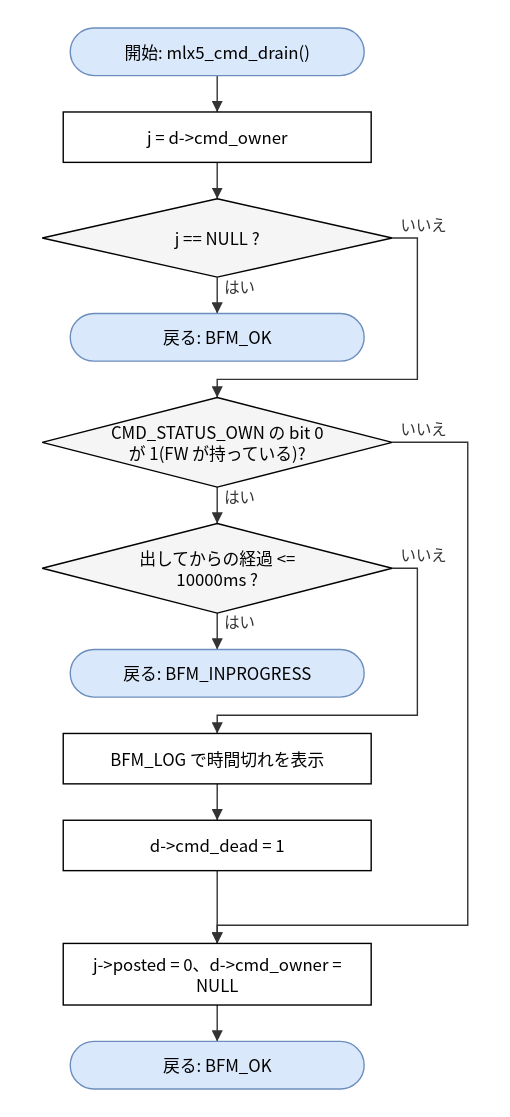
Earlier version of the draw.io export doc/spec/images/flow_src_mlx5_cmd-mlx5_cmd_drain.drawio.svg (hf355051012-ai/bfmem). Source tidied: cells renumbered, new cells last; positions are measured from the earlier drawing's top-left corner, leaving out a move shared by most shapes. Its diagram source:
```xml
<mxGraphModel>
  <root>
    <mxCell id="0" />
    <mxCell id="1" parent="0" />
    <mxCell id="2" value="開始: mlx5_cmd_drain()" style="rounded=1;arcSize=50;whiteSpace=wrap;html=1;fillColor=#dae8fc;strokeColor=#6c8ebf;" parent="1" vertex="1">
      <mxGeometry x="20" width="210" height="34" as="geometry" />
    </mxCell>
    <mxCell id="3" value="j = d-&amp;gt;cmd_owner" style="rounded=0;whiteSpace=wrap;html=1;" parent="1" vertex="1">
      <mxGeometry x="15" y="60" width="220" height="36" as="geometry" />
    </mxCell>
    <mxCell id="4" value="j == NULL ?" style="rhombus;whiteSpace=wrap;html=1;fillColor=#f5f5f5;" parent="1" vertex="1">
      <mxGeometry y="122" width="250" height="56" as="geometry" />
    </mxCell>
    <mxCell id="5" value="戻る: BFM_OK" style="rounded=1;arcSize=50;whiteSpace=wrap;html=1;fillColor=#dae8fc;strokeColor=#6c8ebf;" parent="1" vertex="1">
      <mxGeometry x="20" y="204" width="210" height="34" as="geometry" />
    </mxCell>
    <mxCell id="6" value="CMD_STATUS_OWN の bit 0&lt;br&gt;が 1(FW が持っている)?" style="rhombus;whiteSpace=wrap;html=1;fillColor=#f5f5f5;" parent="1" vertex="1">
      <mxGeometry y="264" width="250" height="64" as="geometry" />
    </mxCell>
    <mxCell id="7" value="出してからの経過 &amp;lt;=&lt;br&gt;10000ms ?" style="rhombus;whiteSpace=wrap;html=1;fillColor=#f5f5f5;" parent="1" vertex="1">
      <mxGeometry y="354" width="250" height="64" as="geometry" />
    </mxCell>
    <mxCell id="8" value="戻る: BFM_INPROGRESS" style="rounded=1;arcSize=50;whiteSpace=wrap;html=1;fillColor=#dae8fc;strokeColor=#6c8ebf;" parent="1" vertex="1">
      <mxGeometry x="20" y="444" width="210" height="34" as="geometry" />
    </mxCell>
    <mxCell id="9" value="BFM_LOG で時間切れを表示" style="rounded=0;whiteSpace=wrap;html=1;" parent="1" vertex="1">
      <mxGeometry x="15" y="504" width="220" height="36" as="geometry" />
    </mxCell>
    <mxCell id="10" value="d-&amp;gt;cmd_dead = 1" style="rounded=0;whiteSpace=wrap;html=1;" parent="1" vertex="1">
      <mxGeometry x="15" y="566" width="220" height="36" as="geometry" />
    </mxCell>
    <mxCell id="11" value="j-&amp;gt;posted = 0、d-&amp;gt;cmd_owner =&lt;br&gt;NULL" style="rounded=0;whiteSpace=wrap;html=1;" parent="1" vertex="1">
      <mxGeometry x="15" y="654" width="220" height="44" as="geometry" />
    </mxCell>
    <mxCell id="12" value="戻る: BFM_OK" style="rounded=1;arcSize=50;whiteSpace=wrap;html=1;fillColor=#dae8fc;strokeColor=#6c8ebf;" parent="1" vertex="1">
      <mxGeometry x="20" y="724" width="210" height="34" as="geometry" />
    </mxCell>
    <mxCell id="13" style="edgeStyle=none;html=1;rounded=0;endArrow=block;endFill=1;exitX=0.5000;exitY=1.0000;exitDx=0;exitDy=0;exitPerimeter=0;entryX=0.5000;entryY=0.0000;entryDx=0;entryDy=0;entryPerimeter=0;" parent="1" edge="1" source="2" target="3">
      <mxGeometry relative="1" as="geometry" />
    </mxCell>
    <mxCell id="14" style="edgeStyle=none;html=1;rounded=0;endArrow=block;endFill=1;exitX=0.5000;exitY=1.0000;exitDx=0;exitDy=0;exitPerimeter=0;entryX=0.5000;entryY=0.0000;entryDx=0;entryDy=0;entryPerimeter=0;" parent="1" edge="1" source="3" target="4">
      <mxGeometry relative="1" as="geometry" />
    </mxCell>
    <mxCell id="15" value="はい" style="edgeStyle=none;html=1;rounded=0;endArrow=block;endFill=1;exitX=0.5000;exitY=1.0000;exitDx=0;exitDy=0;exitPerimeter=0;entryX=0.5000;entryY=0.0000;entryDx=0;entryDy=0;entryPerimeter=0;" parent="1" edge="1" source="4" target="5">
      <mxGeometry relative="1" as="geometry" />
    </mxCell>
    <mxCell id="16" value="いいえ" style="edgeStyle=none;html=1;rounded=0;endArrow=block;endFill=1;exitX=1.0000;exitY=0.5000;exitDx=0;exitDy=0;exitPerimeter=0;entryX=0.5000;entryY=0.0000;entryDx=0;entryDy=0;entryPerimeter=0;" parent="1" edge="1" source="4" target="6">
      <mxGeometry relative="1" as="geometry">
        <Array as="points">
          <mxPoint x="268" y="150" />
          <mxPoint x="268" y="251" />
          <mxPoint x="125" y="251" />
        </Array>
      </mxGeometry>
    </mxCell>
    <mxCell id="17" value="はい" style="edgeStyle=none;html=1;rounded=0;endArrow=block;endFill=1;exitX=0.5000;exitY=1.0000;exitDx=0;exitDy=0;exitPerimeter=0;entryX=0.5000;entryY=0.0000;entryDx=0;entryDy=0;entryPerimeter=0;" parent="1" edge="1" source="6" target="7">
      <mxGeometry relative="1" as="geometry" />
    </mxCell>
    <mxCell id="18" value="はい" style="edgeStyle=none;html=1;rounded=0;endArrow=block;endFill=1;exitX=0.5000;exitY=1.0000;exitDx=0;exitDy=0;exitPerimeter=0;entryX=0.5000;entryY=0.0000;entryDx=0;entryDy=0;entryPerimeter=0;" parent="1" edge="1" source="7" target="8">
      <mxGeometry relative="1" as="geometry" />
    </mxCell>
    <mxCell id="19" value="いいえ" style="edgeStyle=none;html=1;rounded=0;endArrow=block;endFill=1;exitX=1.0000;exitY=0.5000;exitDx=0;exitDy=0;exitPerimeter=0;entryX=0.5000;entryY=0.0000;entryDx=0;entryDy=0;entryPerimeter=0;" parent="1" edge="1" source="7" target="9">
      <mxGeometry relative="1" as="geometry">
        <Array as="points">
          <mxPoint x="268" y="386" />
          <mxPoint x="268" y="491" />
          <mxPoint x="125" y="491" />
        </Array>
      </mxGeometry>
    </mxCell>
    <mxCell id="20" style="edgeStyle=none;html=1;rounded=0;endArrow=block;endFill=1;exitX=0.5000;exitY=1.0000;exitDx=0;exitDy=0;exitPerimeter=0;entryX=0.5000;entryY=0.0000;entryDx=0;entryDy=0;entryPerimeter=0;" parent="1" edge="1" source="9" target="10">
      <mxGeometry relative="1" as="geometry" />
    </mxCell>
    <mxCell id="21" style="edgeStyle=none;html=1;rounded=0;endArrow=block;endFill=1;exitX=0.5000;exitY=1.0000;exitDx=0;exitDy=0;exitPerimeter=0;entryX=0.5000;entryY=0.0000;entryDx=0;entryDy=0;entryPerimeter=0;" parent="1" edge="1" source="10" target="11">
      <mxGeometry relative="1" as="geometry" />
    </mxCell>
    <mxCell id="22" value="いいえ" style="edgeStyle=none;html=1;rounded=0;endArrow=block;endFill=1;exitX=1.0000;exitY=0.5000;exitDx=0;exitDy=0;exitPerimeter=0;entryX=0.5000;entryY=0.0000;entryDx=0;entryDy=0;entryPerimeter=0;" parent="1" edge="1" source="6" target="11">
      <mxGeometry relative="1" as="geometry">
        <Array as="points">
          <mxPoint x="304" y="296" />
          <mxPoint x="304" y="641" />
          <mxPoint x="125" y="641" />
        </Array>
      </mxGeometry>
    </mxCell>
    <mxCell id="23" style="edgeStyle=none;html=1;rounded=0;endArrow=block;endFill=1;exitX=0.5000;exitY=1.0000;exitDx=0;exitDy=0;exitPerimeter=0;entryX=0.5000;entryY=0.0000;entryDx=0;entryDy=0;entryPerimeter=0;" parent="1" edge="1" source="11" target="12">
      <mxGeometry relative="1" as="geometry" />
    </mxCell>
  </root>
</mxGraphModel>
```
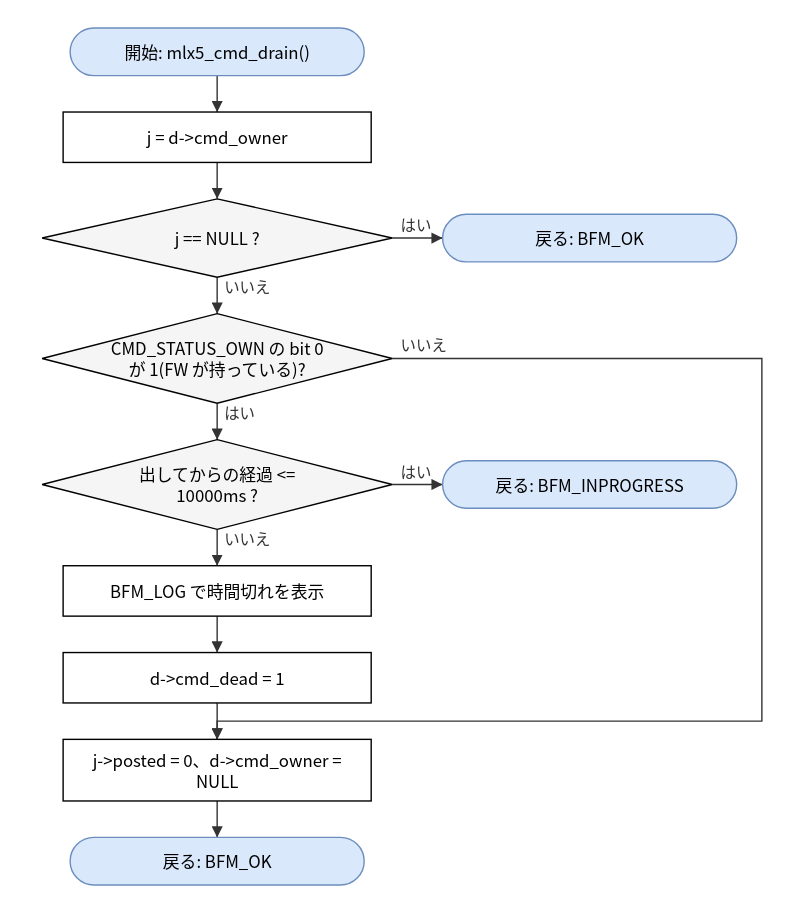
After the change.

Change to the diagram source:
```diff
@@ -12,28 +12,28 @@
       <mxGeometry y="122" width="250" height="56" as="geometry" />
     </mxCell>
     <mxCell id="5" value="戻る: BFM_OK" style="rounded=1;arcSize=50;whiteSpace=wrap;html=1;fillColor=#dae8fc;strokeColor=#6c8ebf;" parent="1" vertex="1">
-      <mxGeometry x="20" y="204" width="210" height="34" as="geometry" />
+      <mxGeometry x="286" y="133" width="210" height="34" as="geometry" />
     </mxCell>
     <mxCell id="6" value="CMD_STATUS_OWN の bit 0&lt;br&gt;が 1(FW が持っている)?" style="rhombus;whiteSpace=wrap;html=1;fillColor=#f5f5f5;" parent="1" vertex="1">
-      <mxGeometry y="264" width="250" height="64" as="geometry" />
+      <mxGeometry y="204" width="250" height="64" as="geometry" />
     </mxCell>
     <mxCell id="7" value="出してからの経過 &amp;lt;=&lt;br&gt;10000ms ?" style="rhombus;whiteSpace=wrap;html=1;fillColor=#f5f5f5;" parent="1" vertex="1">
-      <mxGeometry y="354" width="250" height="64" as="geometry" />
+      <mxGeometry y="294" width="250" height="64" as="geometry" />
     </mxCell>
     <mxCell id="8" value="戻る: BFM_INPROGRESS" style="rounded=1;arcSize=50;whiteSpace=wrap;html=1;fillColor=#dae8fc;strokeColor=#6c8ebf;" parent="1" vertex="1">
-      <mxGeometry x="20" y="444" width="210" height="34" as="geometry" />
+      <mxGeometry x="286" y="309" width="210" height="34" as="geometry" />
     </mxCell>
     <mxCell id="9" value="BFM_LOG で時間切れを表示" style="rounded=0;whiteSpace=wrap;html=1;" parent="1" vertex="1">
-      <mxGeometry x="15" y="504" width="220" height="36" as="geometry" />
+      <mxGeometry x="15" y="384" width="220" height="36" as="geometry" />
     </mxCell>
     <mxCell id="10" value="d-&amp;gt;cmd_dead = 1" style="rounded=0;whiteSpace=wrap;html=1;" parent="1" vertex="1">
-      <mxGeometry x="15" y="566" width="220" height="36" as="geometry" />
+      <mxGeometry x="15" y="446" width="220" height="36" as="geometry" />
     </mxCell>
     <mxCell id="11" value="j-&amp;gt;posted = 0、d-&amp;gt;cmd_owner =&lt;br&gt;NULL" style="rounded=0;whiteSpace=wrap;html=1;" parent="1" vertex="1">
-      <mxGeometry x="15" y="654" width="220" height="44" as="geometry" />
+      <mxGeometry x="15" y="508" width="220" height="44" as="geometry" />
     </mxCell>
     <mxCell id="12" value="戻る: BFM_OK" style="rounded=1;arcSize=50;whiteSpace=wrap;html=1;fillColor=#dae8fc;strokeColor=#6c8ebf;" parent="1" vertex="1">
-      <mxGeometry x="20" y="724" width="210" height="34" as="geometry" />
+      <mxGeometry x="20" y="578" width="210" height="34" as="geometry" />
     </mxCell>
     <mxCell id="13" style="edgeStyle=none;html=1;rounded=0;endArrow=block;endFill=1;exitX=0.5000;exitY=1.0000;exitDx=0;exitDy=0;exitPerimeter=0;entryX=0.5000;entryY=0.0000;entryDx=0;entryDy=0;entryPerimeter=0;" parent="1" edge="1" source="2" target="3">
       <mxGeometry relative="1" as="geometry" />
@@ -41,32 +41,20 @@
     <mxCell id="14" style="edgeStyle=none;html=1;rounded=0;endArrow=block;endFill=1;exitX=0.5000;exitY=1.0000;exitDx=0;exitDy=0;exitPerimeter=0;entryX=0.5000;entryY=0.0000;entryDx=0;entryDy=0;entryPerimeter=0;" parent="1" edge="1" source="3" target="4">
       <mxGeometry relative="1" as="geometry" />
     </mxCell>
-    <mxCell id="15" value="はい" style="edgeStyle=none;html=1;rounded=0;endArrow=block;endFill=1;exitX=0.5000;exitY=1.0000;exitDx=0;exitDy=0;exitPerimeter=0;entryX=0.5000;entryY=0.0000;entryDx=0;entryDy=0;entryPerimeter=0;" parent="1" edge="1" source="4" target="5">
+    <mxCell id="15" value="はい" style="edgeStyle=none;html=1;rounded=0;endArrow=block;endFill=1;exitX=1.0000;exitY=0.5000;exitDx=0;exitDy=0;exitPerimeter=0;entryX=0.0000;entryY=0.5000;entryDx=0;entryDy=0;entryPerimeter=0;" parent="1" edge="1" source="4" target="5">
       <mxGeometry relative="1" as="geometry" />
     </mxCell>
-    <mxCell id="16" value="いいえ" style="edgeStyle=none;html=1;rounded=0;endArrow=block;endFill=1;exitX=1.0000;exitY=0.5000;exitDx=0;exitDy=0;exitPerimeter=0;entryX=0.5000;entryY=0.0000;entryDx=0;entryDy=0;entryPerimeter=0;" parent="1" edge="1" source="4" target="6">
-      <mxGeometry relative="1" as="geometry">
-        <Array as="points">
-          <mxPoint x="268" y="150" />
-          <mxPoint x="268" y="251" />
-          <mxPoint x="125" y="251" />
-        </Array>
-      </mxGeometry>
+    <mxCell id="16" value="いいえ" style="edgeStyle=none;html=1;rounded=0;endArrow=block;endFill=1;exitX=0.5000;exitY=1.0000;exitDx=0;exitDy=0;exitPerimeter=0;entryX=0.5000;entryY=0.0000;entryDx=0;entryDy=0;entryPerimeter=0;" parent="1" edge="1" source="4" target="6">
+      <mxGeometry relative="1" as="geometry" />
     </mxCell>
     <mxCell id="17" value="はい" style="edgeStyle=none;html=1;rounded=0;endArrow=block;endFill=1;exitX=0.5000;exitY=1.0000;exitDx=0;exitDy=0;exitPerimeter=0;entryX=0.5000;entryY=0.0000;entryDx=0;entryDy=0;entryPerimeter=0;" parent="1" edge="1" source="6" target="7">
       <mxGeometry relative="1" as="geometry" />
     </mxCell>
-    <mxCell id="18" value="はい" style="edgeStyle=none;html=1;rounded=0;endArrow=block;endFill=1;exitX=0.5000;exitY=1.0000;exitDx=0;exitDy=0;exitPerimeter=0;entryX=0.5000;entryY=0.0000;entryDx=0;entryDy=0;entryPerimeter=0;" parent="1" edge="1" source="7" target="8">
+    <mxCell id="18" value="はい" style="edgeStyle=none;html=1;rounded=0;endArrow=block;endFill=1;exitX=1.0000;exitY=0.5000;exitDx=0;exitDy=0;exitPerimeter=0;entryX=0.0000;entryY=0.5000;entryDx=0;entryDy=0;entryPerimeter=0;" parent="1" edge="1" source="7" target="8">
       <mxGeometry relative="1" as="geometry" />
     </mxCell>
-    <mxCell id="19" value="いいえ" style="edgeStyle=none;html=1;rounded=0;endArrow=block;endFill=1;exitX=1.0000;exitY=0.5000;exitDx=0;exitDy=0;exitPerimeter=0;entryX=0.5000;entryY=0.0000;entryDx=0;entryDy=0;entryPerimeter=0;" parent="1" edge="1" source="7" target="9">
-      <mxGeometry relative="1" as="geometry">
-        <Array as="points">
-          <mxPoint x="268" y="386" />
-          <mxPoint x="268" y="491" />
-          <mxPoint x="125" y="491" />
-        </Array>
-      </mxGeometry>
+    <mxCell id="19" value="いいえ" style="edgeStyle=none;html=1;rounded=0;endArrow=block;endFill=1;exitX=0.5000;exitY=1.0000;exitDx=0;exitDy=0;exitPerimeter=0;entryX=0.5000;entryY=0.0000;entryDx=0;entryDy=0;entryPerimeter=0;" parent="1" edge="1" source="7" target="9">
+      <mxGeometry relative="1" as="geometry" />
     </mxCell>
     <mxCell id="20" style="edgeStyle=none;html=1;rounded=0;endArrow=block;endFill=1;exitX=0.5000;exitY=1.0000;exitDx=0;exitDy=0;exitPerimeter=0;entryX=0.5000;entryY=0.0000;entryDx=0;entryDy=0;entryPerimeter=0;" parent="1" edge="1" source="9" target="10">
       <mxGeometry relative="1" as="geometry" />
@@ -77,9 +65,9 @@
     <mxCell id="22" value="いいえ" style="edgeStyle=none;html=1;rounded=0;endArrow=block;endFill=1;exitX=1.0000;exitY=0.5000;exitDx=0;exitDy=0;exitPerimeter=0;entryX=0.5000;entryY=0.0000;entryDx=0;entryDy=0;entryPerimeter=0;" parent="1" edge="1" source="6" target="11">
       <mxGeometry relative="1" as="geometry">
         <Array as="points">
-          <mxPoint x="304" y="296" />
-          <mxPoint x="304" y="641" />
-          <mxPoint x="125" y="641" />
+          <mxPoint x="514" y="236" />
+          <mxPoint x="514" y="495" />
+          <mxPoint x="125" y="495" />
         </Array>
       </mxGeometry>
     </mxCell>
```
